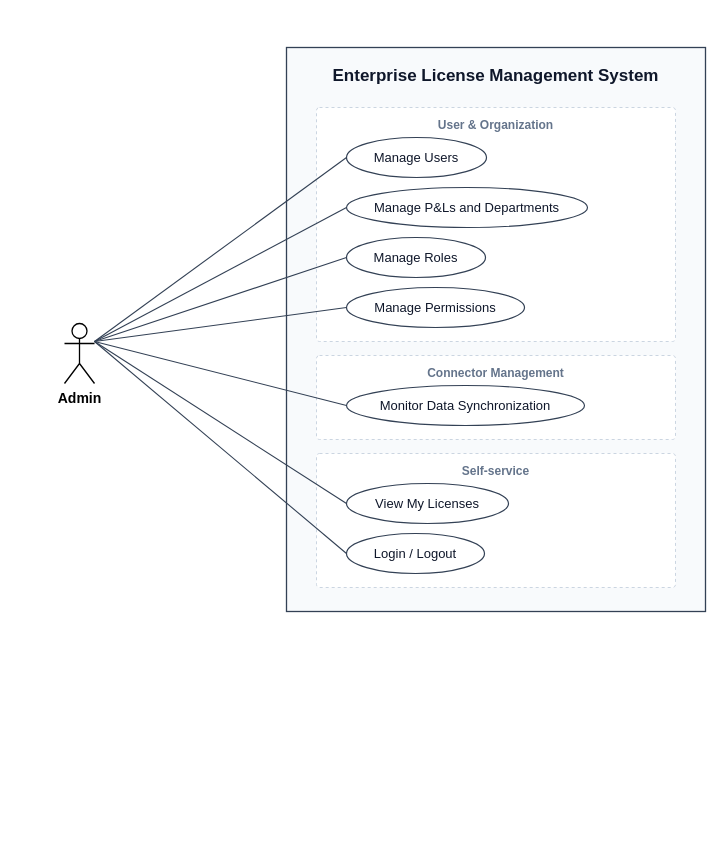
This is docs/diagrams/out/uc_admin.drawio from cuonglpv/VFast, a draw.io file, before an edit. Source tidied: cells renumbered, new cells numbered last; positions are measured from the earlier drawing's top-left corner, leaving out a move shared by most shapes. Both pictures are drawn from the tidied source at 100%, with x=0, y=0 at pixel (64, 47).
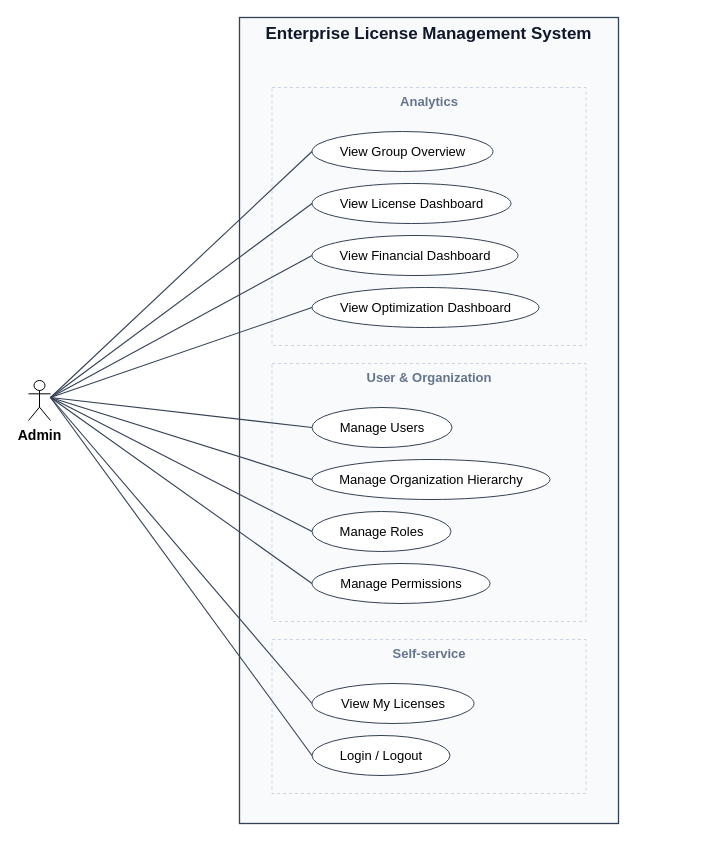
Above is the later version.

The edit, as a diff of the source:
```diff
@@
-    <mxCell id="2" value="Enterprise License Management System" style="rounded=0;whiteSpace=wrap;html=1;fillColor=#F8FAFC;strokeColor=#334155;strokeWidth=1.3;verticalAlign=top;fontSize=17;fontStyle=1;fontColor=#0f172a;spacingTop=12;fontFamily=Arial;" parent="1" vertex="1">
-      <mxGeometry x="222" width="419" height="564" as="geometry" />
+    <mxCell id="2" value="Enterprise License Management System" style="rounded=0;arcSize=0;absoluteArcSize=1;whiteSpace=wrap;html=1;fillColor=#F8FAFC;strokeColor=#334155;strokeWidth=1.3;fontSize=17;fontColor=#0f172a;align=center;verticalAlign=top;fontStyle=1;" parent="1" vertex="1">
+      <mxGeometry x="175" y="-30" width="379" height="806" as="geometry" />
     </mxCell>
-    <mxCell id="3" value="User &amp; Organization" style="rounded=1;arcSize=6;absoluteArcSize=1;whiteSpace=wrap;html=1;fillColor=#ffffff;strokeColor=#CBD5E1;dashed=1;strokeWidth=1;verticalAlign=top;align=center;spacingTop=4;fontSize=12;fontStyle=1;fontColor=#64748B;fontFamily=Arial;" parent="1" vertex="1">
-      <mxGeometry x="252" y="60" width="359" height="234" as="geometry" />
+    <mxCell id="3" value="Analytics" style="rounded=0;arcSize=0;absoluteArcSize=1;whiteSpace=wrap;html=1;fillColor=#F8FAFC;strokeColor=#CBD5E1;strokeWidth=1;fontSize=13;fontColor=#64748B;align=center;verticalAlign=top;dashed=1;fontStyle=1;" parent="1" vertex="1">
+      <mxGeometry x="207.5" y="40" width="314" height="258" as="geometry" />
     </mxCell>
-    <mxCell id="4" value="Connector Management" style="rounded=1;arcSize=6;absoluteArcSize=1;whiteSpace=wrap;html=1;fillColor=#ffffff;strokeColor=#CBD5E1;dashed=1;strokeWidth=1;verticalAlign=top;align=center;spacingTop=4;fontSize=12;fontStyle=1;fontColor=#64748B;fontFamily=Arial;" parent="1" vertex="1">
-      <mxGeometry x="252" y="308" width="359" height="84" as="geometry" />
+    <mxCell id="4" value="View Group Overview" style="ellipse;whiteSpace=wrap;html=1;fillColor=#ffffff;strokeColor=#334155;fontSize=13;fontColor=#000000;" parent="1" vertex="1">
+      <mxGeometry x="247.5" y="84" width="181" height="40" as="geometry" />
     </mxCell>
-    <mxCell id="5" value="Self-service" style="rounded=1;arcSize=6;absoluteArcSize=1;whiteSpace=wrap;html=1;fillColor=#ffffff;strokeColor=#CBD5E1;dashed=1;strokeWidth=1;verticalAlign=top;align=center;spacingTop=4;fontSize=12;fontStyle=1;fontColor=#64748B;fontFamily=Arial;" parent="1" vertex="1">
-      <mxGeometry x="252" y="406" width="359" height="134" as="geometry" />
+    <mxCell id="5" value="View License Dashboard" style="ellipse;whiteSpace=wrap;html=1;fillColor=#ffffff;strokeColor=#334155;fontSize=13;fontColor=#000000;" parent="1" vertex="1">
+      <mxGeometry x="247.5" y="136" width="199" height="40" as="geometry" />
     </mxCell>
-    <mxCell id="6" value="Manage Users" style="ellipse;whiteSpace=wrap;html=1;fillColor=#ffffff;strokeColor=#334155;strokeWidth=1.2;fontSize=13;fontColor=#0f172a;fontFamily=Arial;" parent="1" vertex="1">
-      <mxGeometry x="282" y="90" width="140" height="40" as="geometry" />
+    <mxCell id="6" value="View Financial Dashboard" style="ellipse;whiteSpace=wrap;html=1;fillColor=#ffffff;strokeColor=#334155;fontSize=13;fontColor=#000000;" parent="1" vertex="1">
+      <mxGeometry x="247.5" y="188" width="206" height="40" as="geometry" />
     </mxCell>
-    <mxCell id="7" value="Manage P&amp;Ls and Departments" style="ellipse;whiteSpace=wrap;html=1;fillColor=#ffffff;strokeColor=#334155;strokeWidth=1.2;fontSize=13;fontColor=#0f172a;fontFamily=Arial;" parent="1" vertex="1">
-      <mxGeometry x="282" y="140" width="241" height="40" as="geometry" />
+    <mxCell id="7" value="View Optimization Dashboard" style="ellipse;whiteSpace=wrap;html=1;fillColor=#ffffff;strokeColor=#334155;fontSize=13;fontColor=#000000;" parent="1" vertex="1">
+      <mxGeometry x="247.5" y="240" width="227" height="40" as="geometry" />
     </mxCell>
-    <mxCell id="8" value="Manage Roles" style="ellipse;whiteSpace=wrap;html=1;fillColor=#ffffff;strokeColor=#334155;strokeWidth=1.2;fontSize=13;fontColor=#0f172a;fontFamily=Arial;" parent="1" vertex="1">
-      <mxGeometry x="282" y="190" width="139" height="40" as="geometry" />
+    <mxCell id="8" value="User &amp;amp; Organization" style="rounded=0;arcSize=0;absoluteArcSize=1;whiteSpace=wrap;html=1;fillColor=#F8FAFC;strokeColor=#CBD5E1;strokeWidth=1;fontSize=13;fontColor=#64748B;align=center;verticalAlign=top;dashed=1;fontStyle=1;" parent="1" vertex="1">
+      <mxGeometry x="207.5" y="316" width="314" height="258" as="geometry" />
     </mxCell>
-    <mxCell id="9" value="Manage Permissions" style="ellipse;whiteSpace=wrap;html=1;fillColor=#ffffff;strokeColor=#334155;strokeWidth=1.2;fontSize=13;fontColor=#0f172a;fontFamily=Arial;" parent="1" vertex="1">
-      <mxGeometry x="282" y="240" width="178" height="40" as="geometry" />
+    <mxCell id="9" value="Manage Users" style="ellipse;whiteSpace=wrap;html=1;fillColor=#ffffff;strokeColor=#334155;fontSize=13;fontColor=#000000;" parent="1" vertex="1">
+      <mxGeometry x="247.5" y="360" width="140" height="40" as="geometry" />
     </mxCell>
-    <mxCell id="10" value="Monitor Data Synchronization" style="ellipse;whiteSpace=wrap;html=1;fillColor=#ffffff;strokeColor=#334155;strokeWidth=1.2;fontSize=13;fontColor=#0f172a;fontFamily=Arial;" parent="1" vertex="1">
-      <mxGeometry x="282" y="338" width="238" height="40" as="geometry" />
+    <mxCell id="10" value="Manage Organization Hierarchy" style="ellipse;whiteSpace=wrap;html=1;fillColor=#ffffff;strokeColor=#334155;fontSize=13;fontColor=#000000;" parent="1" vertex="1">
+      <mxGeometry x="247.5" y="412" width="238" height="40" as="geometry" />
     </mxCell>
-    <mxCell id="11" value="View My Licenses" style="ellipse;whiteSpace=wrap;html=1;fillColor=#ffffff;strokeColor=#334155;strokeWidth=1.2;fontSize=13;fontColor=#0f172a;fontFamily=Arial;" parent="1" vertex="1">
-      <mxGeometry x="282" y="436" width="162" height="40" as="geometry" />
+    <mxCell id="11" value="Manage Roles" style="ellipse;whiteSpace=wrap;html=1;fillColor=#ffffff;strokeColor=#334155;fontSize=13;fontColor=#000000;" parent="1" vertex="1">
+      <mxGeometry x="247.5" y="464" width="139" height="40" as="geometry" />
     </mxCell>
-    <mxCell id="12" value="Login / Logout" style="ellipse;whiteSpace=wrap;html=1;fillColor=#ffffff;strokeColor=#334155;strokeWidth=1.2;fontSize=13;fontColor=#0f172a;fontFamily=Arial;" parent="1" vertex="1">
-      <mxGeometry x="282" y="486" width="138" height="40" as="geometry" />
+    <mxCell id="12" value="Manage Permissions" style="ellipse;whiteSpace=wrap;html=1;fillColor=#ffffff;strokeColor=#334155;fontSize=13;fontColor=#000000;" parent="1" vertex="1">
+      <mxGeometry x="247.5" y="516" width="178" height="40" as="geometry" />
     </mxCell>
-    <mxCell id="13" value="Admin" style="shape=umlActor;verticalLabelPosition=bottom;verticalAlign=top;html=1;outlineConnect=0;fontSize=14;fontStyle=1;fontFamily=Arial;strokeWidth=1.3;" parent="1" vertex="1">
-      <mxGeometry y="276" width="30" height="60" as="geometry" />
+    <mxCell id="13" value="Self-service" style="rounded=0;arcSize=0;absoluteArcSize=1;whiteSpace=wrap;html=1;fillColor=#F8FAFC;strokeColor=#CBD5E1;strokeWidth=1;fontSize=13;fontColor=#64748B;align=center;verticalAlign=top;dashed=1;fontStyle=1;" parent="1" vertex="1">
+      <mxGeometry x="207.5" y="592" width="314" height="154" as="geometry" />
     </mxCell>
-    <mxCell id="14" style="endArrow=none;html=1;rounded=0;strokeColor=#334155;strokeWidth=1.1;exitX=1;exitY=0.3;exitDx=0;exitDy=0;exitPerimeter=0;entryX=0;entryY=0.5;entryDx=0;entryDy=0;" parent="1" edge="1" source="13" target="6">
-      <mxGeometry relative="1" as="geometry" />
+    <mxCell id="14" value="View My Licenses" style="ellipse;whiteSpace=wrap;html=1;fillColor=#ffffff;strokeColor=#334155;fontSize=13;fontColor=#000000;" parent="1" vertex="1">
+      <mxGeometry x="247.5" y="636" width="162" height="40" as="geometry" />
     </mxCell>
-    <mxCell id="15" style="endArrow=none;html=1;rounded=0;strokeColor=#334155;strokeWidth=1.1;exitX=1;exitY=0.3;exitDx=0;exitDy=0;exitPerimeter=0;entryX=0;entryY=0.5;entryDx=0;entryDy=0;" parent="1" edge="1" source="13" target="7">
-      <mxGeometry relative="1" as="geometry" />
+    <mxCell id="15" value="Login / Logout" style="ellipse;whiteSpace=wrap;html=1;fillColor=#ffffff;strokeColor=#334155;fontSize=13;fontColor=#000000;" parent="1" vertex="1">
+      <mxGeometry x="247.5" y="688" width="138" height="40" as="geometry" />
     </mxCell>
-    <mxCell id="16" style="endArrow=none;html=1;rounded=0;strokeColor=#334155;strokeWidth=1.1;exitX=1;exitY=0.3;exitDx=0;exitDy=0;exitPerimeter=0;entryX=0;entryY=0.5;entryDx=0;entryDy=0;" parent="1" edge="1" source="13" target="8">
-      <mxGeometry relative="1" as="geometry" />
+    <mxCell id="16" value="Admin" style="shape=umlActor;html=1;verticalLabelPosition=bottom;verticalAlign=top;labelPosition=center;align=center;fontSize=14;fontStyle=1;" parent="1" vertex="1">
+      <mxGeometry x="-36" y="333" width="22" height="40" as="geometry" />
     </mxCell>
-    <mxCell id="17" style="endArrow=none;html=1;rounded=0;strokeColor=#334155;strokeWidth=1.1;exitX=1;exitY=0.3;exitDx=0;exitDy=0;exitPerimeter=0;entryX=0;entryY=0.5;entryDx=0;entryDy=0;" parent="1" edge="1" source="13" target="9">
-      <mxGeometry relative="1" as="geometry" />
+    <mxCell id="17" style="html=1;rounded=0;endArrow=none;endFill=0;startArrow=none;startFill=0;strokeColor=#334155;strokeWidth=1.1;" parent="1" edge="1">
+      <mxGeometry relative="1" as="geometry">
+        <mxPoint x="-14" y="350" as="sourcePoint" />
+        <mxPoint x="247.5" y="104" as="targetPoint" />
+      </mxGeometry>
     </mxCell>
-    <mxCell id="18" style="endArrow=none;html=1;rounded=0;strokeColor=#334155;strokeWidth=1.1;exitX=1;exitY=0.3;exitDx=0;exitDy=0;exitPerimeter=0;entryX=0;entryY=0.5;entryDx=0;entryDy=0;" parent="1" edge="1" source="13" target="10">
-      <mxGeometry relative="1" as="geometry" />
+    <mxCell id="18" style="html=1;rounded=0;endArrow=none;endFill=0;startArrow=none;startFill=0;strokeColor=#334155;strokeWidth=1.1;" parent="1" edge="1">
+      <mxGeometry relative="1" as="geometry">
+        <mxPoint x="-14" y="350" as="sourcePoint" />
+        <mxPoint x="247.5" y="156" as="targetPoint" />
+      </mxGeometry>
     </mxCell>
-    <mxCell id="19" style="endArrow=none;html=1;rounded=0;strokeColor=#334155;strokeWidth=1.1;exitX=1;exitY=0.3;exitDx=0;exitDy=0;exitPerimeter=0;entryX=0;entryY=0.5;entryDx=0;entryDy=0;" parent="1" edge="1" source="13" target="11">
-      <mxGeometry relative="1" as="geometry" />
+    <mxCell id="19" style="html=1;rounded=0;endArrow=none;endFill=0;startArrow=none;startFill=0;strokeColor=#334155;strokeWidth=1.1;" parent="1" edge="1">
+      <mxGeometry relative="1" as="geometry">
+        <mxPoint x="-14" y="350" as="sourcePoint" />
+        <mxPoint x="247.5" y="208" as="targetPoint" />
+      </mxGeometry>
     </mxCell>
-    <mxCell id="20" style="endArrow=none;html=1;rounded=0;strokeColor=#334155;strokeWidth=1.1;exitX=1;exitY=0.3;exitDx=0;exitDy=0;exitPerimeter=0;entryX=0;entryY=0.5;entryDx=0;entryDy=0;" parent="1" edge="1" source="13" target="12">
-      <mxGeometry relative="1" as="geometry" />
+    <mxCell id="20" style="html=1;rounded=0;endArrow=none;endFill=0;startArrow=none;startFill=0;strokeColor=#334155;strokeWidth=1.1;" parent="1" edge="1">
+      <mxGeometry relative="1" as="geometry">
+        <mxPoint x="-14" y="350" as="sourcePoint" />
+        <mxPoint x="247.5" y="260" as="targetPoint" />
+      </mxGeometry>
     </mxCell>
+    <mxCell id="21" style="html=1;rounded=0;endArrow=none;endFill=0;startArrow=none;startFill=0;strokeColor=#334155;strokeWidth=1.1;" parent="1" edge="1">
+      <mxGeometry relative="1" as="geometry">
+        <mxPoint x="-14" y="350" as="sourcePoint" />
+        <mxPoint x="247.5" y="380" as="targetPoint" />
+      </mxGeometry>
+    </mxCell>
+    <mxCell id="22" style="html=1;rounded=0;endArrow=none;endFill=0;startArrow=none;startFill=0;strokeColor=#334155;strokeWidth=1.1;" parent="1" edge="1">
+      <mxGeometry relative="1" as="geometry">
+        <mxPoint x="-14" y="350" as="sourcePoint" />
+        <mxPoint x="247.5" y="432" as="targetPoint" />
+      </mxGeometry>
+    </mxCell>
+    <mxCell id="23" style="html=1;rounded=0;endArrow=none;endFill=0;startArrow=none;startFill=0;strokeColor=#334155;strokeWidth=1.1;" parent="1" edge="1">
+      <mxGeometry relative="1" as="geometry">
+        <mxPoint x="-14" y="350" as="sourcePoint" />
+        <mxPoint x="247.5" y="484" as="targetPoint" />
+      </mxGeometry>
+    </mxCell>
+    <mxCell id="24" style="html=1;rounded=0;endArrow=none;endFill=0;startArrow=none;startFill=0;strokeColor=#334155;strokeWidth=1.1;" parent="1" edge="1">
+      <mxGeometry relative="1" as="geometry">
+        <mxPoint x="-14" y="350" as="sourcePoint" />
+        <mxPoint x="247.5" y="536" as="targetPoint" />
+      </mxGeometry>
+    </mxCell>
+    <mxCell id="25" style="html=1;rounded=0;endArrow=none;endFill=0;startArrow=none;startFill=0;strokeColor=#334155;strokeWidth=1.1;" parent="1" edge="1">
+      <mxGeometry relative="1" as="geometry">
+        <mxPoint x="-14" y="350" as="sourcePoint" />
+        <mxPoint x="247.5" y="656" as="targetPoint" />
+      </mxGeometry>
+    </mxCell>
+    <mxCell id="26" style="html=1;rounded=0;endArrow=none;endFill=0;startArrow=none;startFill=0;strokeColor=#334155;strokeWidth=1.1;" parent="1" edge="1">
+      <mxGeometry relative="1" as="geometry">
+        <mxPoint x="-14" y="350" as="sourcePoint" />
+        <mxPoint x="247.5" y="708" as="targetPoint" />
+      </mxGeometry>
+    </mxCell>
```
